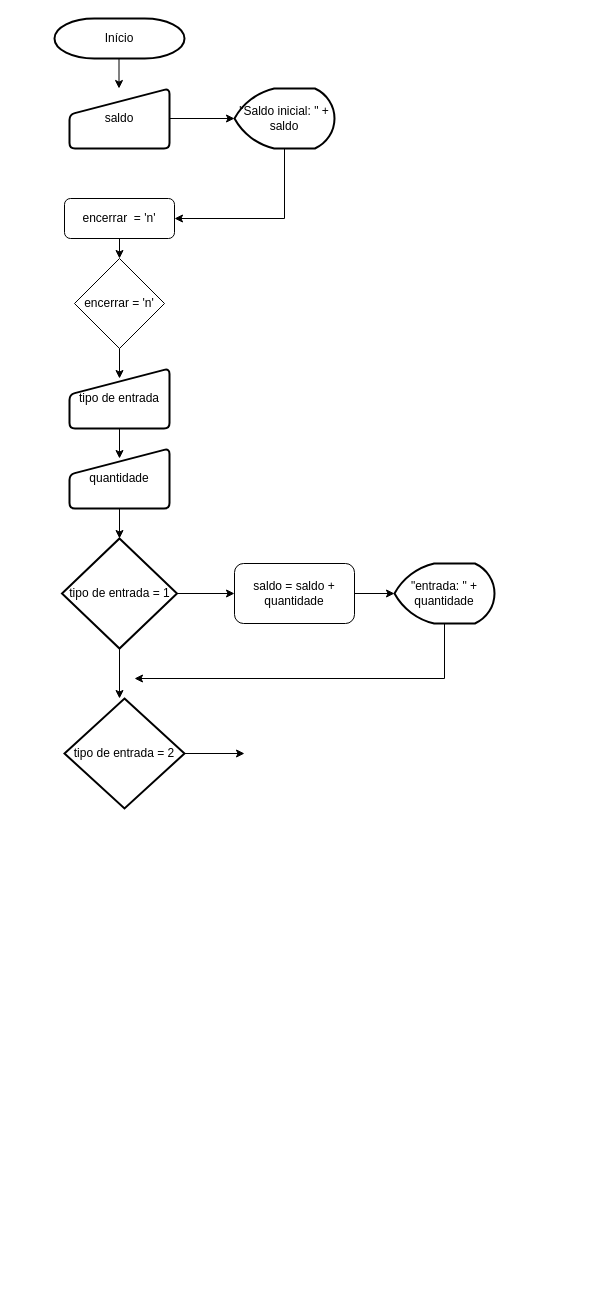
The draw.io diagram Diagrama sem nome.drawio in willr003/senai-versoes-colaboracoes, before the edit. Source tidied: cells renumbered, new cells numbered last; positions are measured from the earlier drawing's top-left corner, leaving out a move shared by most shapes. Both pictures are drawn from the tidied source at 100%, with x=0, y=0 at pixel (54, 18).
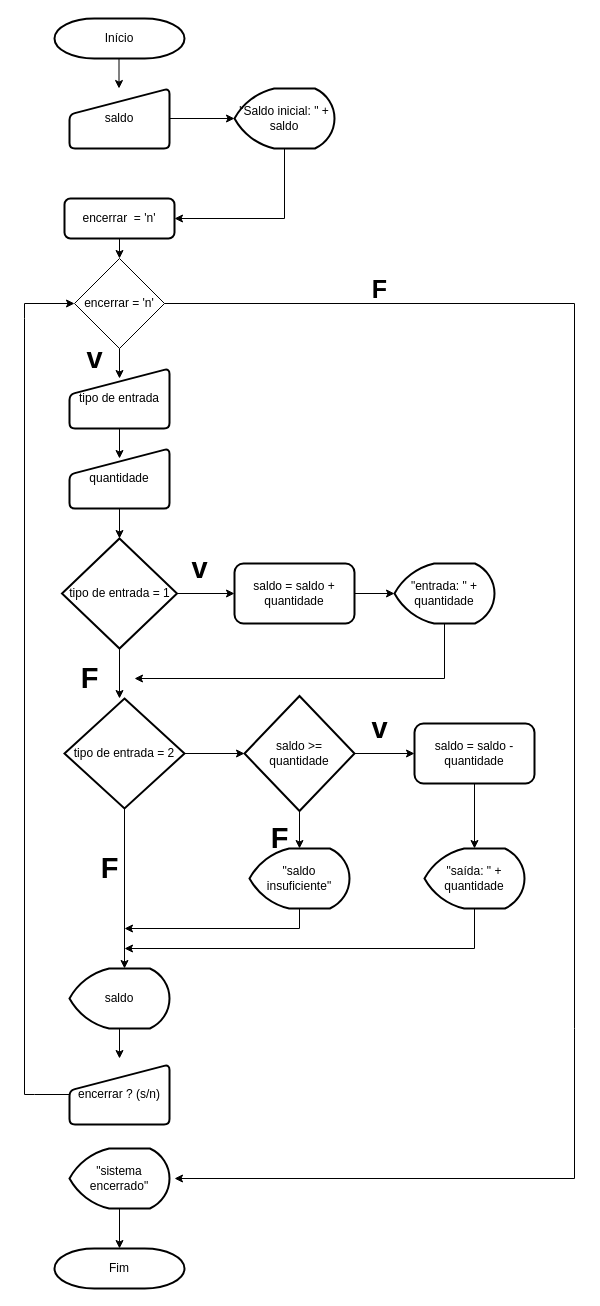
Above is the later version.

The change refers to these unchanged cells:
```xml
<mxCell id="10" value="encerrar = 'n'" style="rhombus;whiteSpace=wrap;html=1;" parent="1" vertex="1">
  <mxGeometry x="20" y="240" width="90" height="90" as="geometry" />
</mxCell>
<mxCell id="23" value="tipo de entrada = 2" style="strokeWidth=2;html=1;shape=mxgraph.flowchart.decision;whiteSpace=wrap;" parent="1" vertex="1">
  <mxGeometry x="10" y="680" width="120" height="110" as="geometry" />
</mxCell>
```

The edit, as a diff of the source:
```diff
@@
-    <mxCell id="8" value="encerrar&amp;nbsp; = 'n'" style="rounded=1;whiteSpace=wrap;html=1;" parent="1" vertex="1">
+    <mxCell id="8" value="encerrar&amp;nbsp; = 'n'" style="rounded=1;whiteSpace=wrap;html=1;strokeWidth=2;" parent="1" vertex="1">
       <mxGeometry x="10" y="180" width="110" height="40" as="geometry" />
     </mxCell>
@@
-    <mxCell id="18" value="saldo = saldo + quantidade" style="rounded=1;whiteSpace=wrap;html=1;" parent="1" vertex="1">
+    <mxCell id="18" value="saldo = saldo + quantidade" style="rounded=1;whiteSpace=wrap;html=1;strokeWidth=2;" parent="1" vertex="1">
       <mxGeometry x="180" y="545" width="120" height="60" as="geometry" />
     </mxCell>
@@
+    <mxCell id="25" value="v" style="text;strokeColor=none;fillColor=none;html=1;fontSize=29;fontStyle=1;verticalAlign=middle;align=center;" parent="1" vertex="1">
+      <mxGeometry x="-10" y="320" width="100" height="40" as="geometry" />
+    </mxCell>
+    <mxCell id="26" value="v" style="text;strokeColor=none;fillColor=none;html=1;fontSize=29;fontStyle=1;verticalAlign=middle;align=center;" parent="1" vertex="1">
+      <mxGeometry x="90" y="520" width="110" height="60" as="geometry" />
+    </mxCell>
+    <mxCell id="27" value="F" style="text;strokeColor=none;fillColor=none;html=1;fontSize=29;fontStyle=1;verticalAlign=middle;align=center;" parent="1" vertex="1">
+      <mxGeometry x="-20" y="630" width="110" height="60" as="geometry" />
+    </mxCell>
+    <mxCell id="28" value="saldo &amp;gt;= quantidade" style="strokeWidth=2;html=1;shape=mxgraph.flowchart.decision;whiteSpace=wrap;" parent="1" vertex="1">
+      <mxGeometry x="190" y="677.5" width="110" height="115" as="geometry" />
+    </mxCell>
+    <mxCell id="29" style="endArrow=classic;html=1;rounded=0;" parent="1" edge="1" source="28">
+      <mxGeometry relative="1" as="geometry">
+        <mxPoint x="360" y="735" as="targetPoint" />
+      </mxGeometry>
+    </mxCell>
+    <mxCell id="30" value="saldo = saldo - quantidade" style="rounded=1;whiteSpace=wrap;html=1;fontSize=12;strokeWidth=2;" parent="1" vertex="1">
+      <mxGeometry x="360" y="705" width="120" height="60" as="geometry" />
+    </mxCell>
+    <mxCell id="31" value="v" style="text;strokeColor=none;fillColor=none;html=1;fontSize=29;fontStyle=1;verticalAlign=middle;align=center;" parent="1" vertex="1">
+      <mxGeometry x="270" y="680" width="110" height="60" as="geometry" />
+    </mxCell>
+    <mxCell id="32" style="endArrow=classic;html=1;rounded=0;" parent="1" edge="1" source="30">
+      <mxGeometry relative="1" as="geometry">
+        <mxPoint x="420" y="830" as="targetPoint" />
+      </mxGeometry>
+    </mxCell>
+    <mxCell id="33" style="endArrow=classic;html=1;rounded=0;" parent="1" edge="1" source="28">
+      <mxGeometry relative="1" as="geometry">
+        <mxPoint x="245" y="830" as="targetPoint" />
+      </mxGeometry>
+    </mxCell>
+    <mxCell id="34" value="&quot;saída: &quot; + quantidade" style="strokeWidth=2;html=1;shape=mxgraph.flowchart.display;whiteSpace=wrap;" parent="1" vertex="1">
+      <mxGeometry x="370" y="830" width="100" height="60" as="geometry" />
+    </mxCell>
+    <mxCell id="35" value="&quot;saldo insuficiente&quot;" style="strokeWidth=2;html=1;shape=mxgraph.flowchart.display;whiteSpace=wrap;" parent="1" vertex="1">
+      <mxGeometry x="195" y="830" width="100" height="60" as="geometry" />
+    </mxCell>
+    <mxCell id="36" value="F" style="text;strokeColor=none;fillColor=none;html=1;fontSize=29;fontStyle=1;verticalAlign=middle;align=center;" parent="1" vertex="1">
+      <mxGeometry x="170" y="790" width="110" height="60" as="geometry" />
+    </mxCell>
+    <mxCell id="37" style="endArrow=classic;html=1;rounded=0;" parent="1" edge="1" source="23">
+      <mxGeometry relative="1" as="geometry">
+        <mxPoint x="70" y="950" as="targetPoint" />
+      </mxGeometry>
+    </mxCell>
+    <mxCell id="38" value="F" style="text;strokeColor=none;fillColor=none;html=1;fontSize=29;fontStyle=1;verticalAlign=middle;align=center;" parent="1" vertex="1">
+      <mxGeometry y="820" width="110" height="60" as="geometry" />
+    </mxCell>
+    <mxCell id="39" style="endArrow=classic;html=1;rounded=0;" parent="1" edge="1" source="35">
+      <mxGeometry relative="1" as="geometry">
+        <mxPoint x="70" y="910" as="targetPoint" />
+        <Array as="points">
+          <mxPoint x="245" y="910" />
+        </Array>
+      </mxGeometry>
+    </mxCell>
+    <mxCell id="40" style="endArrow=classic;html=1;rounded=0;" parent="1" edge="1" source="34">
+      <mxGeometry relative="1" as="geometry">
+        <mxPoint x="70" y="930" as="targetPoint" />
+        <Array as="points">
+          <mxPoint x="420" y="930" />
+        </Array>
+      </mxGeometry>
+    </mxCell>
+    <mxCell id="41" value="saldo" style="strokeWidth=2;html=1;shape=mxgraph.flowchart.display;whiteSpace=wrap;" parent="1" vertex="1">
+      <mxGeometry x="15" y="950" width="100" height="60" as="geometry" />
+    </mxCell>
+    <mxCell id="42" style="endArrow=classic;html=1;rounded=0;" parent="1" edge="1" source="41">
+      <mxGeometry relative="1" as="geometry">
+        <mxPoint x="65" y="1040" as="targetPoint" />
+      </mxGeometry>
+    </mxCell>
+    <mxCell id="43" value="encerrar ? (s/n)" style="html=1;strokeWidth=2;shape=manualInput;whiteSpace=wrap;rounded=1;size=26;arcSize=11;" parent="1" vertex="1">
+      <mxGeometry x="15" y="1046" width="100" height="60" as="geometry" />
+    </mxCell>
+    <mxCell id="44" style="endArrow=classic;html=1;rounded=0;entryX=0;entryY=0.5;entryDx=0;entryDy=0;" parent="1" edge="1" source="43" target="10">
+      <mxGeometry relative="1" as="geometry">
+        <Array as="points">
+          <mxPoint x="-20" y="1076" />
+          <mxPoint x="-30" y="1076" />
+          <mxPoint x="-30" y="300" />
+          <mxPoint x="-30" y="285" />
+        </Array>
+      </mxGeometry>
+    </mxCell>
+    <mxCell id="45" style="endArrow=classic;html=1;rounded=0;" parent="1" edge="1" source="10">
+      <mxGeometry relative="1" as="geometry">
+        <mxPoint x="120" y="1160" as="targetPoint" />
+        <Array as="points">
+          <mxPoint x="520" y="285" />
+          <mxPoint x="520" y="1010" />
+          <mxPoint x="520" y="1160" />
+        </Array>
+      </mxGeometry>
+    </mxCell>
+    <mxCell id="46" value="F" style="text;strokeColor=none;fillColor=none;html=1;fontSize=25;fontStyle=1;verticalAlign=middle;align=center;" parent="1" vertex="1">
+      <mxGeometry x="270" y="240" width="110" height="60" as="geometry" />
+    </mxCell>
+    <mxCell id="47" value="&quot;sistema encerrado&quot;" style="strokeWidth=2;html=1;shape=mxgraph.flowchart.display;whiteSpace=wrap;" parent="1" vertex="1">
+      <mxGeometry x="15" y="1130" width="100" height="60" as="geometry" />
+    </mxCell>
+    <mxCell id="48" style="endArrow=classic;html=1;rounded=0;" parent="1" edge="1" source="47">
+      <mxGeometry relative="1" as="geometry">
+        <mxPoint x="65" y="1230" as="targetPoint" />
+      </mxGeometry>
+    </mxCell>
+    <mxCell id="49" value="Fim" style="strokeWidth=2;html=1;shape=mxgraph.flowchart.terminator;whiteSpace=wrap;" parent="1" vertex="1">
+      <mxGeometry y="1230" width="130" height="40" as="geometry" />
+    </mxCell>
```
